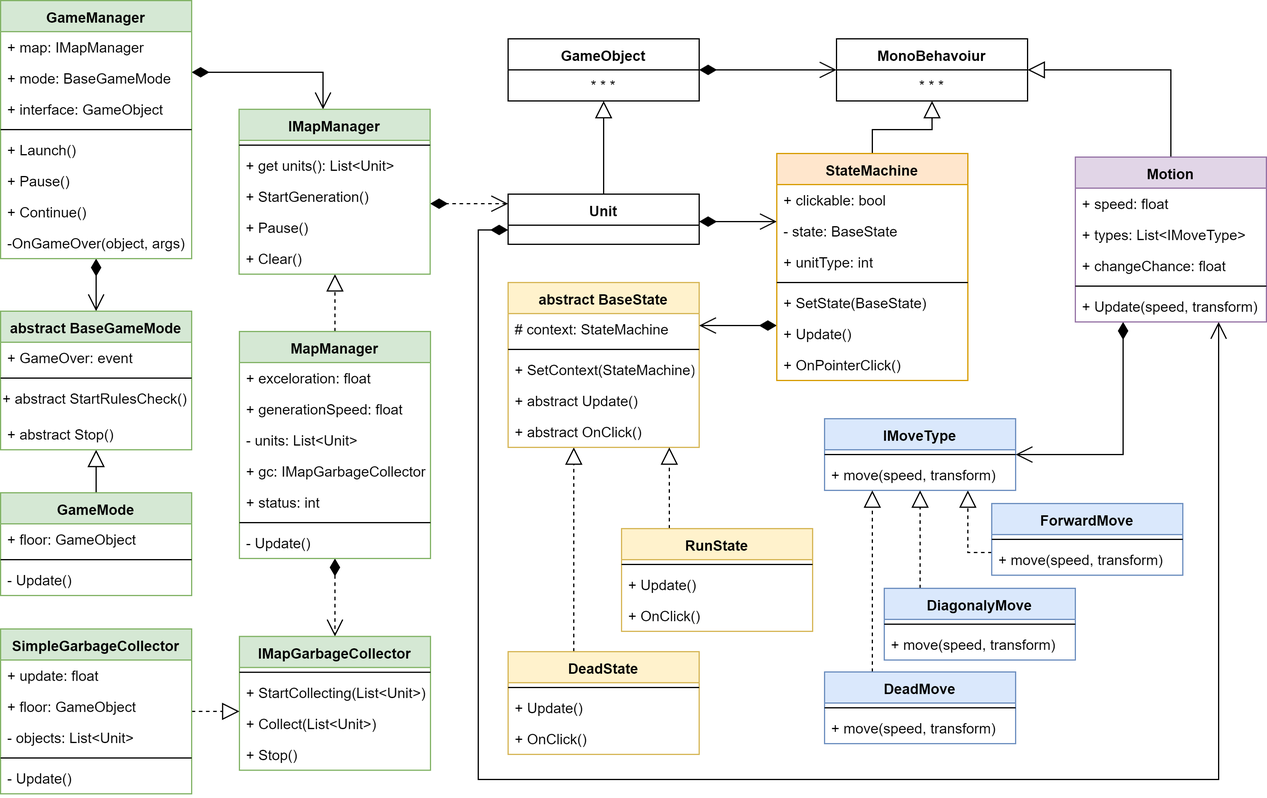
Above: Docs/class diagram.png in EdwardBrave/SimpleClicker (draw.io), before the change. Source tidied: cells renumbered, new cells last; positions are measured from the earlier drawing's top-left corner, leaving out a move shared by most shapes.
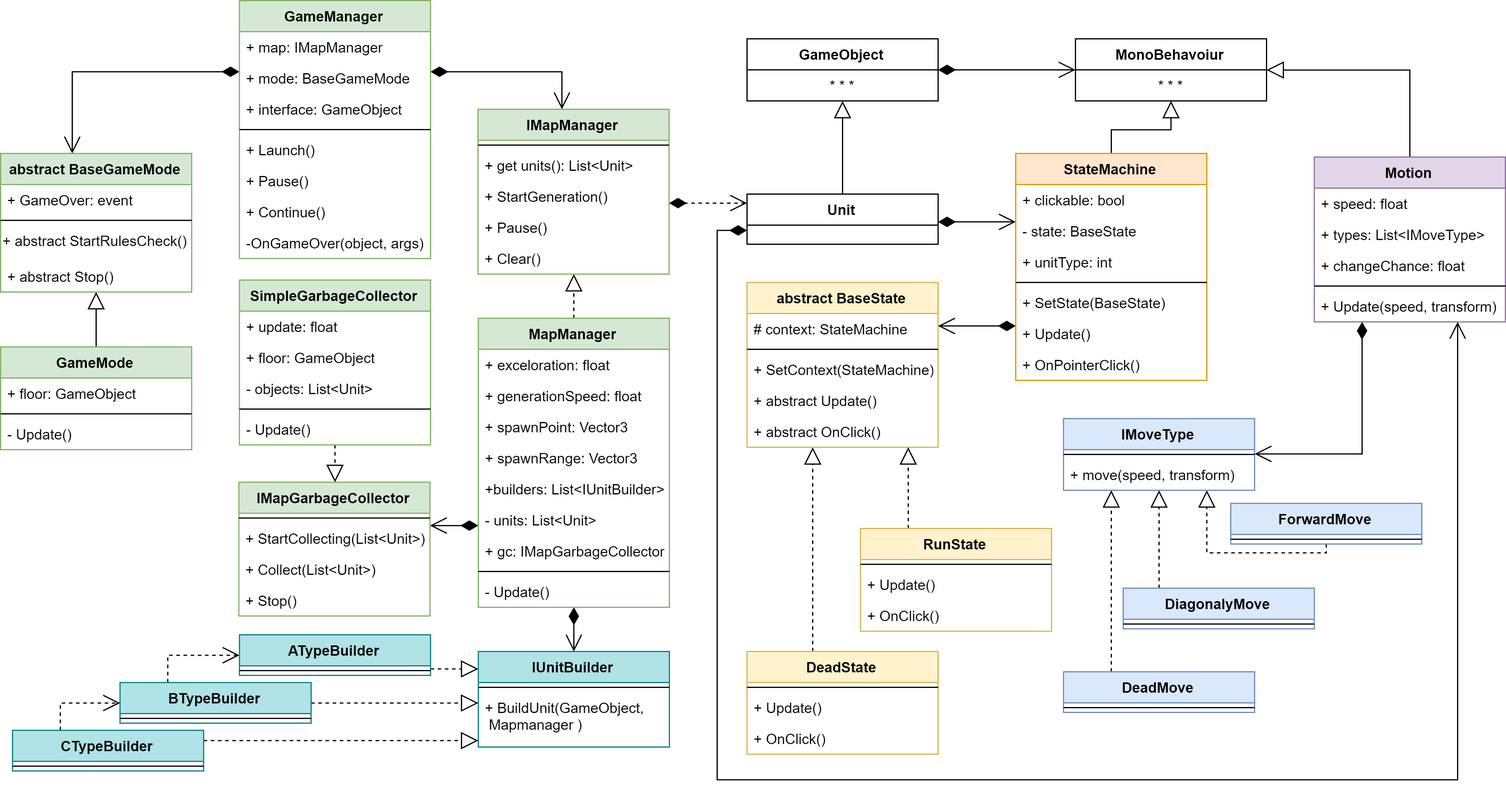
After the commit.

Diff of the diagram source:
```diff
@@ -15,7 +15,7 @@
       <mxGeometry relative="1" as="geometry" />
     </mxCell>
     <mxCell id="6" value="GameMode" style="swimlane;fontStyle=1;align=center;verticalAlign=top;horizontal=1;startSize=26;fillColor=#d5e8d4;strokeColor=#82b366;" parent="1" vertex="1">
-      <mxGeometry y="412" width="160" height="86" as="geometry" />
+      <mxGeometry x="-200" y="290" width="160" height="86" as="geometry" />
     </mxCell>
     <mxCell id="7" value="+ floor: GameObject" style="text;strokeColor=none;fillColor=none;align=left;verticalAlign=top;spacingLeft=4;spacingRight=4;overflow=hidden;" parent="6" vertex="1">
       <mxGeometry y="26" width="160" height="26" as="geometry" />
@@ -41,11 +41,19 @@
         </Array>
       </mxGeometry>
     </mxCell>
-    <mxCell id="12" style="edgeStyle=orthogonalEdgeStyle;rounded=0;jettySize=auto;html=1;dashed=1;startArrow=diamondThin;startFill=1;startSize=12;endArrow=open;endFill=0;endSize=12;" parent="1" edge="1" source="13" target="94">
-      <mxGeometry relative="1" as="geometry" />
+    <mxCell id="12" style="edgeStyle=orthogonalEdgeStyle;rounded=0;jettySize=auto;html=1;startArrow=diamondThin;startFill=1;startSize=12;endArrow=open;endFill=0;endSize=12;" parent="1" edge="1" source="13" target="94">
+      <mxGeometry relative="1" as="geometry">
+        <Array as="points">
+          <mxPoint x="180" y="440" />
+          <mxPoint x="180" y="440" />
+        </Array>
+      </mxGeometry>
     </mxCell>
+    <mxCell id="111" style="edgeStyle=orthogonalEdgeStyle;rounded=0;jettySize=auto;html=1;endSize=12;startSize=12;endArrow=open;endFill=0;startArrow=diamondThin;startFill=1;" parent="1" edge="1" source="13" target="115">
+      <mxGeometry relative="1" as="geometry" />
+    </mxCell>
     <mxCell id="13" value="MapManager" style="swimlane;fontStyle=1;align=center;verticalAlign=top;horizontal=1;startSize=26;fillColor=#d5e8d4;strokeColor=#82b366;" parent="1" vertex="1">
-      <mxGeometry x="200" y="277" width="160" height="190" as="geometry" />
+      <mxGeometry x="200" y="266" width="160" height="242" as="geometry" />
     </mxCell>
     <mxCell id="14" value="+ exceloration: float" style="text;strokeColor=none;fillColor=none;align=left;verticalAlign=top;spacingLeft=4;spacingRight=4;overflow=hidden;" parent="13" vertex="1">
       <mxGeometry y="26" width="160" height="26" as="geometry" />
@@ -53,20 +61,26 @@
     <mxCell id="15" value="+ generationSpeed: float" style="text;strokeColor=none;fillColor=none;align=left;verticalAlign=top;spacingLeft=4;spacingRight=4;overflow=hidden;" parent="13" vertex="1">
       <mxGeometry y="52" width="160" height="26" as="geometry" />
     </mxCell>
+    <mxCell id="112" value="+ spawnPoint: Vector3" style="text;strokeColor=none;fillColor=none;align=left;verticalAlign=top;spacingLeft=4;spacingRight=4;overflow=hidden;" parent="13" vertex="1">
+      <mxGeometry y="78" width="160" height="26" as="geometry" />
+    </mxCell>
+    <mxCell id="113" value="+ spawnRange: Vector3" style="text;strokeColor=none;fillColor=none;align=left;verticalAlign=top;spacingLeft=4;spacingRight=4;overflow=hidden;" parent="13" vertex="1">
+      <mxGeometry y="104" width="160" height="26" as="geometry" />
+    </mxCell>
+    <mxCell id="114" value="+builders: List&lt;IUnitBuilder&gt;" style="text;strokeColor=none;fillColor=none;align=left;verticalAlign=top;spacingLeft=4;spacingRight=4;overflow=hidden;" parent="13" vertex="1">
+      <mxGeometry y="130" width="160" height="26" as="geometry" />
+    </mxCell>
     <mxCell id="16" value="- units: List&lt;Unit&gt;" style="text;strokeColor=none;fillColor=none;align=left;verticalAlign=top;spacingLeft=4;spacingRight=4;overflow=hidden;" parent="13" vertex="1">
-      <mxGeometry y="78" width="160" height="26" as="geometry" />
+      <mxGeometry y="156" width="160" height="26" as="geometry" />
     </mxCell>
     <mxCell id="17" value="+ gc: IMapGarbageCollector" style="text;strokeColor=none;fillColor=none;align=left;verticalAlign=top;spacingLeft=4;spacingRight=4;overflow=hidden;fontStyle=0;" parent="13" vertex="1">
-      <mxGeometry y="104" width="160" height="26" as="geometry" />
+      <mxGeometry y="182" width="160" height="26" as="geometry" />
     </mxCell>
-    <mxCell id="18" value="+ status: int" style="text;strokeColor=none;fillColor=none;align=left;verticalAlign=top;spacingLeft=4;spacingRight=4;overflow=hidden;" parent="13" vertex="1">
-      <mxGeometry y="130" width="160" height="26" as="geometry" />
-    </mxCell>
     <mxCell id="19" style="line;strokeWidth=1;fillColor=none;align=left;verticalAlign=middle;spacingTop=-1;spacingLeft=3;spacingRight=3;labelPosition=right;" parent="13" vertex="1">
-      <mxGeometry y="156" width="160" height="8" as="geometry" />
+      <mxGeometry y="208" width="160" height="8" as="geometry" />
     </mxCell>
     <mxCell id="20" value="- Update()" style="text;strokeColor=none;fillColor=none;align=left;verticalAlign=top;spacingLeft=4;spacingRight=4;overflow=hidden;" parent="13" vertex="1">
-      <mxGeometry y="164" width="160" height="26" as="geometry" />
+      <mxGeometry y="216" width="160" height="26" as="geometry" />
     </mxCell>
     <mxCell id="21" style="edgeStyle=orthogonalEdgeStyle;rounded=0;jettySize=auto;html=1;startArrow=diamondThin;startFill=1;startSize=12;endArrow=open;endFill=0;endSize=12;" parent="1" edge="1" source="23" target="88">
       <mxGeometry relative="1" as="geometry">
@@ -78,8 +92,7 @@
     <mxCell id="22" style="edgeStyle=orthogonalEdgeStyle;rounded=0;jettySize=auto;html=1;startArrow=diamondThin;startFill=1;startSize=12;endArrow=open;endFill=0;endSize=12;" parent="1" edge="1" source="23" target="106">
       <mxGeometry relative="1" as="geometry">
         <Array as="points">
-          <mxPoint x="40" y="140" />
-          <mxPoint x="40" y="140" />
+          <mxPoint x="-140" y="60" />
         </Array>
       </mxGeometry>
     </mxCell>
@@ -122,7 +135,7 @@
     <mxCell id="35" style="edgeStyle=orthogonalEdgeStyle;rounded=0;jettySize=auto;html=1;startArrow=none;startFill=0;startSize=12;endArrow=block;endFill=0;endSize=12;" parent="1" edge="1" source="69" target="32">
       <mxGeometry relative="1" as="geometry" />
     </mxCell>
-    <mxCell id="36" style="edgeStyle=orthogonalEdgeStyle;rounded=0;jettySize=auto;html=1;startArrow=none;startFill=0;startSize=12;endArrow=block;endFill=0;endSize=12;" parent="1" edge="1" target="x">
+    <mxCell id="36" style="edgeStyle=orthogonalEdgeStyle;rounded=0;orthogonalLoop=1;jettySize=auto;html=1;startArrow=none;startFill=0;startSize=12;endArrow=block;endFill=0;endSize=12;" parent="1" edge="1">
       <mxGeometry relative="1" as="geometry">
         <mxPoint x="980.3" y="132" as="sourcePoint" />
       </mxGeometry>
@@ -152,14 +165,11 @@
       </mxGeometry>
     </mxCell>
     <mxCell id="40" value="ForwardMove" style="swimlane;fontStyle=1;align=center;verticalAlign=top;horizontal=1;startSize=26;fillColor=#dae8fc;strokeColor=#6c8ebf;" parent="1" vertex="1">
-      <mxGeometry x="830" y="421" width="160" height="60" as="geometry" />
+      <mxGeometry x="830" y="421" width="160" height="34" as="geometry" />
     </mxCell>
     <mxCell id="41" style="line;strokeWidth=1;fillColor=none;align=left;verticalAlign=middle;spacingTop=-1;spacingLeft=3;spacingRight=3;labelPosition=right;" parent="40" vertex="1">
       <mxGeometry y="26" width="160" height="8" as="geometry" />
     </mxCell>
-    <mxCell id="42" value="+ move(speed, transform)" style="text;strokeColor=none;fillColor=none;align=left;verticalAlign=top;spacingLeft=4;spacingRight=4;overflow=hidden;" parent="40" vertex="1">
-      <mxGeometry y="34" width="160" height="26" as="geometry" />
-    </mxCell>
     <mxCell id="43" value="IMoveType" style="swimlane;fontStyle=1;align=center;verticalAlign=top;horizontal=1;startSize=26;fillColor=#dae8fc;strokeColor=#6c8ebf;" parent="1" vertex="1">
       <mxGeometry x="690" y="350" width="160" height="60" as="geometry" />
     </mxCell>
@@ -178,14 +188,11 @@
       </mxGeometry>
     </mxCell>
     <mxCell id="47" value="DiagonalyMove" style="swimlane;fontStyle=1;align=center;verticalAlign=top;horizontal=1;startSize=26;fillColor=#dae8fc;strokeColor=#6c8ebf;" parent="1" vertex="1">
-      <mxGeometry x="740" y="492" width="160" height="60" as="geometry" />
+      <mxGeometry x="740" y="492" width="160" height="34" as="geometry" />
     </mxCell>
     <mxCell id="48" style="line;strokeWidth=1;fillColor=none;align=left;verticalAlign=middle;spacingTop=-1;spacingLeft=3;spacingRight=3;labelPosition=right;" parent="47" vertex="1">
       <mxGeometry y="26" width="160" height="8" as="geometry" />
     </mxCell>
-    <mxCell id="49" value="+ move(speed, transform)" style="text;strokeColor=none;fillColor=none;align=left;verticalAlign=top;spacingLeft=4;spacingRight=4;overflow=hidden;" parent="47" vertex="1">
-      <mxGeometry y="34" width="160" height="26" as="geometry" />
-    </mxCell>
     <mxCell id="50" style="edgeStyle=orthogonalEdgeStyle;rounded=0;jettySize=auto;html=1;startSize=12;endArrow=open;endFill=0;endSize=12;startArrow=diamondThin;startFill=1;" parent="1" edge="1" source="78" target="43">
       <mxGeometry relative="1" as="geometry">
         <Array as="points">
@@ -320,14 +327,11 @@
       </mxGeometry>
     </mxCell>
     <mxCell id="85" value="DeadMove" style="swimlane;fontStyle=1;align=center;verticalAlign=top;horizontal=1;startSize=26;fillColor=#dae8fc;strokeColor=#6c8ebf;" parent="1" vertex="1">
-      <mxGeometry x="690" y="562" width="160" height="60" as="geometry" />
+      <mxGeometry x="690" y="562" width="160" height="34" as="geometry" />
     </mxCell>
     <mxCell id="86" style="line;strokeWidth=1;fillColor=none;align=left;verticalAlign=middle;spacingTop=-1;spacingLeft=3;spacingRight=3;labelPosition=right;" parent="85" vertex="1">
       <mxGeometry y="26" width="160" height="8" as="geometry" />
     </mxCell>
-    <mxCell id="87" value="+ move(speed, transform)" style="text;strokeColor=none;fillColor=none;align=left;verticalAlign=top;spacingLeft=4;spacingRight=4;overflow=hidden;" parent="85" vertex="1">
-      <mxGeometry y="34" width="160" height="26" as="geometry" />
-    </mxCell>
     <mxCell id="88" value="IMapManager" style="swimlane;fontStyle=1;align=center;verticalAlign=top;horizontal=1;startSize=26;fillColor=#d5e8d4;strokeColor=#82b366;" parent="1" vertex="1">
       <mxGeometry x="199.7" y="91" width="160" height="138" as="geometry" />
     </mxCell>
@@ -347,7 +351,7 @@
       <mxGeometry y="112" width="160" height="26" as="geometry" />
     </mxCell>
     <mxCell id="94" value="IMapGarbageCollector" style="swimlane;fontStyle=1;align=center;verticalAlign=top;horizontal=1;startSize=26;fillColor=#d5e8d4;strokeColor=#82b366;" parent="1" vertex="1">
-      <mxGeometry x="200" y="532.2" width="160" height="112" as="geometry" />
+      <mxGeometry x="-0.5" y="403.2" width="160" height="112" as="geometry" />
     </mxCell>
     <mxCell id="95" style="line;strokeWidth=1;fillColor=none;align=left;verticalAlign=middle;spacingTop=-1;spacingLeft=3;spacingRight=3;labelPosition=right;" parent="94" vertex="1">
       <mxGeometry y="26" width="160" height="8" as="geometry" />
@@ -364,13 +368,13 @@
     <mxCell id="99" style="edgeStyle=orthogonalEdgeStyle;rounded=0;jettySize=auto;html=1;startArrow=none;startFill=0;startSize=12;endArrow=block;endFill=0;endSize=12;dashed=1;" parent="1" edge="1" source="100" target="94">
       <mxGeometry relative="1" as="geometry">
         <Array as="points">
-          <mxPoint x="140" y="566" />
-          <mxPoint x="140" y="566" />
+          <mxPoint x="100" y="440" />
+          <mxPoint x="100" y="440" />
         </Array>
       </mxGeometry>
     </mxCell>
     <mxCell id="100" value="SimpleGarbageCollector" style="swimlane;fontStyle=1;align=center;verticalAlign=top;horizontal=1;startSize=26;fillColor=#d5e8d4;strokeColor=#82b366;" parent="1" vertex="1">
-      <mxGeometry y="526" width="160" height="138" as="geometry" />
+      <mxGeometry y="234" width="160" height="138" as="geometry" />
     </mxCell>
     <mxCell id="101" value="+ update: float" style="text;strokeColor=none;fillColor=none;align=left;verticalAlign=top;spacingLeft=4;spacingRight=4;overflow=hidden;" parent="100" vertex="1">
       <mxGeometry y="26" width="160" height="26" as="geometry" />
@@ -388,7 +392,7 @@
       <mxGeometry y="112" width="160" height="26" as="geometry" />
     </mxCell>
     <mxCell id="106" value="abstract BaseGameMode" style="swimlane;fontStyle=1;align=center;verticalAlign=top;horizontal=1;startSize=26;fillColor=#d5e8d4;strokeColor=#82b366;" parent="1" vertex="1">
-      <mxGeometry y="260" width="160" height="116" as="geometry" />
+      <mxGeometry x="-200" y="128" width="160" height="116" as="geometry" />
     </mxCell>
     <mxCell id="107" value="+ GameOver: event" style="text;strokeColor=none;fillColor=none;align=left;verticalAlign=top;spacingLeft=4;spacingRight=4;overflow=hidden;" parent="106" vertex="1">
       <mxGeometry y="26" width="160" height="26" as="geometry" />
@@ -402,5 +406,70 @@
     <mxCell id="110" value="+ abstract Stop()" style="text;strokeColor=none;fillColor=none;align=left;verticalAlign=top;spacingLeft=4;spacingRight=4;overflow=hidden;" parent="106" vertex="1">
       <mxGeometry y="90" width="160" height="26" as="geometry" />
     </mxCell>
+    <mxCell id="115" value="IUnitBuilder" style="swimlane;fontStyle=1;align=center;verticalAlign=top;horizontal=1;startSize=26;fillColor=#b0e3e6;strokeColor=#0e8088;" parent="1" vertex="1">
+      <mxGeometry x="200" y="545" width="160" height="80" as="geometry" />
+    </mxCell>
+    <mxCell id="116" style="line;strokeWidth=1;fillColor=none;align=left;verticalAlign=middle;spacingTop=-1;spacingLeft=3;spacingRight=3;labelPosition=right;" parent="115" vertex="1">
+      <mxGeometry y="26" width="160" height="8" as="geometry" />
+    </mxCell>
+    <mxCell id="117" value="+ BuildUnit(GameObject,&#10; Mapmanager )" style="text;strokeColor=none;fillColor=none;align=left;verticalAlign=top;spacingLeft=4;spacingRight=4;overflow=hidden;" parent="115" vertex="1">
+      <mxGeometry y="34" width="160" height="46" as="geometry" />
+    </mxCell>
+    <mxCell id="118" style="edgeStyle=orthogonalEdgeStyle;rounded=0;jettySize=auto;html=1;startArrow=none;startFill=0;startSize=12;endArrow=block;endFill=0;endSize=12;dashed=1;" parent="1" edge="1" source="119" target="115">
+      <mxGeometry relative="1" as="geometry">
+        <Array as="points">
+          <mxPoint x="180" y="560" />
+          <mxPoint x="180" y="560" />
+        </Array>
+      </mxGeometry>
+    </mxCell>
+    <mxCell id="119" value="ATypeBuilder" style="swimlane;fontStyle=1;align=center;verticalAlign=top;horizontal=1;startSize=26;fillColor=#b0e3e6;strokeColor=#0e8088;" parent="1" vertex="1">
+      <mxGeometry y="531" width="160" height="34" as="geometry" />
+    </mxCell>
+    <mxCell id="120" style="line;strokeWidth=1;fillColor=none;align=left;verticalAlign=middle;spacingTop=-1;spacingLeft=3;spacingRight=3;labelPosition=right;" parent="119" vertex="1">
+      <mxGeometry y="26" width="160" height="8" as="geometry" />
+    </mxCell>
+    <mxCell id="121" style="edgeStyle=orthogonalEdgeStyle;rounded=0;jettySize=auto;html=1;dashed=1;startArrow=none;startFill=0;startSize=12;endArrow=block;endFill=0;endSize=12;" parent="1" edge="1" source="123" target="115">
+      <mxGeometry relative="1" as="geometry">
+        <Array as="points">
+          <mxPoint x="130" y="588" />
+          <mxPoint x="130" y="588" />
+        </Array>
+      </mxGeometry>
+    </mxCell>
+    <mxCell id="122" style="edgeStyle=orthogonalEdgeStyle;rounded=0;jettySize=auto;html=1;dashed=1;startArrow=none;startFill=0;startSize=12;endArrow=open;endFill=0;endSize=12;" parent="1" edge="1" source="123" target="119">
+      <mxGeometry relative="1" as="geometry">
+        <Array as="points">
+          <mxPoint x="-60" y="548" />
+        </Array>
+      </mxGeometry>
+    </mxCell>
+    <mxCell id="123" value="BTypeBuilder" style="swimlane;fontStyle=1;align=center;verticalAlign=top;horizontal=1;startSize=26;fillColor=#b0e3e6;strokeColor=#0e8088;" parent="1" vertex="1">
+      <mxGeometry x="-100" y="571" width="160" height="34" as="geometry" />
+    </mxCell>
+    <mxCell id="124" style="line;strokeWidth=1;fillColor=none;align=left;verticalAlign=middle;spacingTop=-1;spacingLeft=3;spacingRight=3;labelPosition=right;" parent="123" vertex="1">
+      <mxGeometry y="26" width="160" height="8" as="geometry" />
+    </mxCell>
+    <mxCell id="125" style="edgeStyle=orthogonalEdgeStyle;rounded=0;jettySize=auto;html=1;dashed=1;startArrow=none;startFill=0;startSize=12;endArrow=block;endFill=0;endSize=12;" parent="1" edge="1" source="127" target="115">
+      <mxGeometry relative="1" as="geometry">
+        <Array as="points">
+          <mxPoint x="90" y="620" />
+          <mxPoint x="90" y="620" />
+        </Array>
+      </mxGeometry>
+    </mxCell>
+    <mxCell id="126" style="edgeStyle=orthogonalEdgeStyle;rounded=0;jettySize=auto;html=1;dashed=1;startArrow=none;startFill=0;startSize=12;endArrow=open;endFill=0;endSize=12;" parent="1" edge="1" source="127" target="123">
+      <mxGeometry relative="1" as="geometry">
+        <Array as="points">
+          <mxPoint x="-150" y="588" />
+        </Array>
+      </mxGeometry>
+    </mxCell>
+    <mxCell id="127" value="CTypeBuilder" style="swimlane;fontStyle=1;align=center;verticalAlign=top;horizontal=1;startSize=26;fillColor=#b0e3e6;strokeColor=#0e8088;" parent="1" vertex="1">
+      <mxGeometry x="-190" y="611" width="160" height="34" as="geometry" />
+    </mxCell>
+    <mxCell id="128" style="line;strokeWidth=1;fillColor=none;align=left;verticalAlign=middle;spacingTop=-1;spacingLeft=3;spacingRight=3;labelPosition=right;" parent="127" vertex="1">
+      <mxGeometry y="26" width="160" height="8" as="geometry" />
+    </mxCell>
   </root>
 </mxGraphModel>
```
